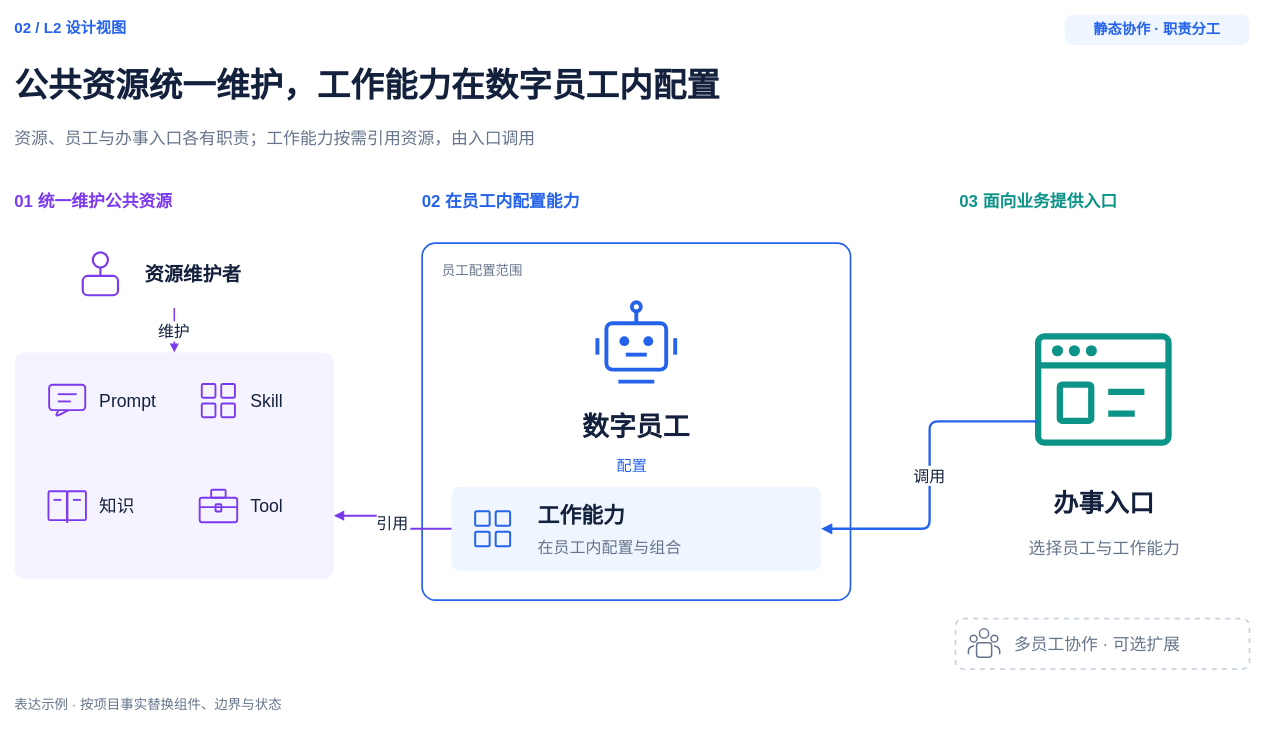
This is plugins/team-standards/skills/architecture-diagram-design/assets/templates/02-system-collaboration.drawio from exception-coder/team-standards, a draw.io file, before an edit. Source tidied: cells renumbered, new cells numbered last; positions are measured from the earlier drawing's top-left corner, leaving out a move shared by most shapes. Both pictures are drawn from the tidied source at 84%, with x=0, y=0 at pixel (14, 14).
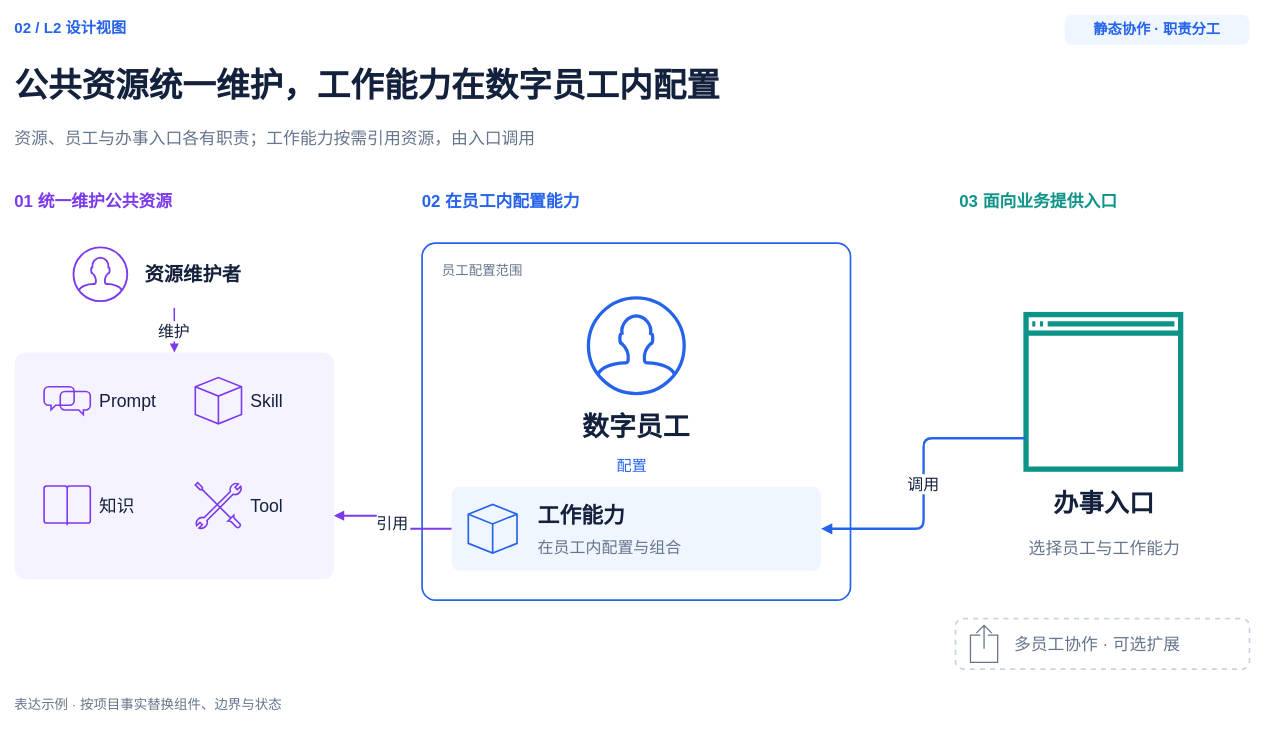
The same diagram, later.

Unchanged cells that the change refers to:
```xml
<mxCell id="11" style="group;selectParentFirst=1;fillColor=none;strokeColor=none;" parent="1" vertex="1">
  <mxGeometry x="70" y="269" width="240" height="80" as="geometry" />
</mxCell>
<mxCell id="17" style="group;selectParentFirst=1;fillColor=none;strokeColor=none;" parent="1" vertex="1">
  <mxGeometry y="402" width="380" height="270" as="geometry" />
</mxCell>
<mxCell id="44" style="group;selectParentFirst=1;fillColor=none;strokeColor=none;" parent="1" vertex="1">
  <mxGeometry x="485" y="272" width="510" height="425" as="geometry" />
</mxCell>
<mxCell id="58" style="group;selectParentFirst=1;fillColor=none;strokeColor=none;" parent="44" vertex="1">
  <mxGeometry x="35" y="290" width="440" height="100" as="geometry" />
</mxCell>
<mxCell id="68" style="group;selectParentFirst=1;fillColor=none;strokeColor=none;" parent="1" vertex="1">
  <mxGeometry x="1125" y="357" width="345" height="305" as="geometry" />
</mxCell>
<mxCell id="83" style="group;selectParentFirst=1;fillColor=none;strokeColor=none;" parent="1" vertex="1">
  <mxGeometry x="1120" y="719" width="350" height="60" as="geometry" />
</mxCell>
```

Diff of the diagram source:
```diff
@@
-    <mxCell id="12" style="group;selectParentFirst=1;fillColor=none;strokeColor=none;" parent="11" vertex="1">
+    <mxCell id="12" style="fontFamily=Microsoft YaHei,Arial;html=0;fontColor=#14213D;shape=mxgraph.ios7.icons.user;fillColor=none;strokeColor=#7C3AED;strokeWidth=2.2;" parent="11" vertex="1">
       <mxGeometry y="8" width="64" height="64" as="geometry" />
     </mxCell>
-    <mxCell id="13" style="fontFamily=Microsoft YaHei,Arial;html=0;fontColor=#14213D;ellipse;fillColor=none;strokeColor=#7C3AED;strokeWidth=2.6;strokeWidth=2.6;" parent="12" vertex="1">
-      <mxGeometry x="23" y="6" width="18" height="18" as="geometry" />
-    </mxCell>
-    <mxCell id="14" style="fontFamily=Microsoft YaHei,Arial;html=0;fontColor=#14213D;rounded=1;absoluteArcSize=1;arcSize=12.0;fillColor=none;strokeColor=#7C3AED;strokeWidth=2;strokeWidth=2.6;" parent="12" vertex="1">
-      <mxGeometry x="11" y="34" width="42" height="23" as="geometry" />
-    </mxCell>
-    <mxCell id="15" style="endArrow=none;startArrow=none;strokeColor=#7C3AED;strokeWidth=2.6;rounded=1;html=0;" parent="12" edge="1">
-      <mxGeometry relative="1" as="geometry">
-        <mxPoint x="32" y="24" as="sourcePoint" />
-        <mxPoint x="32" y="34" as="targetPoint" />
-      </mxGeometry>
-    </mxCell>
@@
-    <mxCell id="19" style="group;selectParentFirst=1;fillColor=none;strokeColor=none;" parent="17" vertex="1">
-      <mxGeometry x="35" y="30" width="55" height="55" as="geometry" />
+    <mxCell id="19" style="fontFamily=Microsoft YaHei,Arial;html=0;fontColor=#14213D;shape=mxgraph.ios7.icons.chat;fillColor=none;strokeColor=#7C3AED;strokeWidth=1.8906250000000002;" parent="17" vertex="1">
+      <mxGeometry x="35" y="41" width="55" height="33" as="geometry" />
     </mxCell>
-    <mxCell id="20" style="fontFamily=Microsoft YaHei,Arial;html=0;fontColor=#14213D;rounded=1;absoluteArcSize=1;arcSize=7.734375;fillColor=none;strokeColor=#7C3AED;strokeWidth=2;strokeWidth=2.234375;" parent="19" vertex="1">
-      <mxGeometry x="6" y="8.6" width="43" height="30.1" as="geometry" />
-    </mxCell>
-    <mxCell id="21" style="endArrow=none;startArrow=none;strokeColor=#7C3AED;strokeWidth=2.234375;rounded=1;html=0;" parent="19" edge="1">
-      <mxGeometry relative="1" as="geometry">
-        <mxPoint x="17.2" y="38.7" as="sourcePoint" />
-        <mxPoint x="29.2" y="38.7" as="targetPoint" />
-        <Array as="points">
-          <mxPoint x="12.9" y="47.3" />
-        </Array>
-      </mxGeometry>
-    </mxCell>
-    <mxCell id="22" style="endArrow=none;startArrow=none;strokeColor=#7C3AED;strokeWidth=2.234375;rounded=1;html=0;" parent="19" edge="1">
-      <mxGeometry relative="1" as="geometry">
-        <mxPoint x="16.3" y="19.8" as="sourcePoint" />
-        <mxPoint x="38.7" y="19.8" as="targetPoint" />
-      </mxGeometry>
-    </mxCell>
-    <mxCell id="23" style="endArrow=none;startArrow=none;strokeColor=#7C3AED;strokeWidth=2.234375;rounded=1;html=0;" parent="19" edge="1">
-      <mxGeometry relative="1" as="geometry">
-        <mxPoint x="16.3" y="28.4" as="sourcePoint" />
-        <mxPoint x="31.8" y="28.4" as="targetPoint" />
-      </mxGeometry>
-    </mxCell>
@@
-    <mxCell id="25" style="group;selectParentFirst=1;fillColor=none;strokeColor=none;" parent="17" vertex="1">
+    <mxCell id="25" style="fontFamily=Microsoft YaHei,Arial;html=0;fontColor=#14213D;shape=mxgraph.ios7.icons.cube;fillColor=none;strokeColor=#7C3AED;strokeWidth=1.8906250000000002;" parent="17" vertex="1">
       <mxGeometry x="215" y="30" width="55" height="55" as="geometry" />
     </mxCell>
-    <mxCell id="26" style="fontFamily=Microsoft YaHei,Arial;html=0;fontColor=#14213D;rounded=1;absoluteArcSize=1;arcSize=3.4375;fillColor=none;strokeColor=#7C3AED;strokeWidth=2;strokeWidth=2.234375;" parent="25" vertex="1">
-      <mxGeometry x="7.7" y="7.7" width="16.3" height="16.3" as="geometry" />
-    </mxCell>
-    <mxCell id="27" style="fontFamily=Microsoft YaHei,Arial;html=0;fontColor=#14213D;rounded=1;absoluteArcSize=1;arcSize=3.4375;fillColor=none;strokeColor=#7C3AED;strokeWidth=2;strokeWidth=2.234375;" parent="25" vertex="1">
-      <mxGeometry x="30.9" y="7.7" width="16.3" height="16.3" as="geometry" />
-    </mxCell>
-    <mxCell id="28" style="fontFamily=Microsoft YaHei,Arial;html=0;fontColor=#14213D;rounded=1;absoluteArcSize=1;arcSize=3.4375;fillColor=none;strokeColor=#7C3AED;strokeWidth=2;strokeWidth=2.234375;" parent="25" vertex="1">
-      <mxGeometry x="7.7" y="30.9" width="16.3" height="16.3" as="geometry" />
-    </mxCell>
-    <mxCell id="29" style="fontFamily=Microsoft YaHei,Arial;html=0;fontColor=#14213D;rounded=1;absoluteArcSize=1;arcSize=3.4375;fillColor=none;strokeColor=#7C3AED;strokeWidth=2;strokeWidth=2.234375;" parent="25" vertex="1">
-      <mxGeometry x="30.9" y="30.9" width="16.3" height="16.3" as="geometry" />
-    </mxCell>
@@
-    <mxCell id="31" style="group;selectParentFirst=1;fillColor=none;strokeColor=none;" parent="17" vertex="1">
-      <mxGeometry x="35" y="155" width="55" height="55" as="geometry" />
+    <mxCell id="31" style="fontFamily=Microsoft YaHei,Arial;html=0;fontColor=#14213D;shape=mxgraph.ios7.icons.book;fillColor=none;strokeColor=#7C3AED;strokeWidth=1.8906250000000002;" parent="17" vertex="1">
+      <mxGeometry x="35" y="159.1" width="55" height="46.8" as="geometry" />
     </mxCell>
-    <mxCell id="32" style="fontFamily=Microsoft YaHei,Arial;html=0;fontColor=#14213D;rounded=1;absoluteArcSize=1;arcSize=3.4375;fillColor=none;strokeColor=#7C3AED;strokeWidth=2;strokeWidth=2.234375;" parent="31" vertex="1">
-      <mxGeometry x="5.2" y="10.3" width="22.3" height="34.4" as="geometry" />
-    </mxCell>
-    <mxCell id="33" style="fontFamily=Microsoft YaHei,Arial;html=0;fontColor=#14213D;rounded=1;absoluteArcSize=1;arcSize=3.4375;fillColor=none;strokeColor=#7C3AED;strokeWidth=2;strokeWidth=2.234375;" parent="31" vertex="1">
-      <mxGeometry x="27.5" y="10.3" width="22.3" height="34.4" as="geometry" />
-    </mxCell>
-    <mxCell id="34" style="endArrow=none;startArrow=none;strokeColor=#7C3AED;strokeWidth=2.234375;rounded=1;html=0;" parent="31" edge="1">
-      <mxGeometry relative="1" as="geometry">
-        <mxPoint x="27.5" y="10.3" as="sourcePoint" />
-        <mxPoint x="27.5" y="48.1" as="targetPoint" />
-      </mxGeometry>
-    </mxCell>
-    <mxCell id="35" style="endArrow=none;startArrow=none;strokeColor=#7C3AED;strokeWidth=2.234375;rounded=1;html=0;" parent="31" edge="1">
-      <mxGeometry relative="1" as="geometry">
-        <mxPoint x="11.2" y="20.6" as="sourcePoint" />
-        <mxPoint x="20.6" y="20.6" as="targetPoint" />
-      </mxGeometry>
-    </mxCell>
-    <mxCell id="36" style="endArrow=none;startArrow=none;strokeColor=#7C3AED;strokeWidth=2.234375;rounded=1;html=0;" parent="31" edge="1">
-      <mxGeometry relative="1" as="geometry">
-        <mxPoint x="34.4" y="20.6" as="sourcePoint" />
-        <mxPoint x="43.8" y="20.6" as="targetPoint" />
-      </mxGeometry>
-    </mxCell>
@@
-    <mxCell id="38" style="group;selectParentFirst=1;fillColor=none;strokeColor=none;" parent="17" vertex="1">
+    <mxCell id="38" style="fontFamily=Microsoft YaHei,Arial;html=0;fontColor=#14213D;shape=mxgraph.ios7.icons.tools;fillColor=none;strokeColor=#7C3AED;strokeWidth=1.8906250000000002;" parent="17" vertex="1">
       <mxGeometry x="215" y="155" width="55" height="55" as="geometry" />
     </mxCell>
-    <mxCell id="39" style="fontFamily=Microsoft YaHei,Arial;html=0;fontColor=#14213D;rounded=1;absoluteArcSize=1;arcSize=5.15625;fillColor=none;strokeColor=#7C3AED;strokeWidth=2;strokeWidth=2.234375;" parent="38" vertex="1">
-      <mxGeometry x="5.2" y="18" width="44.7" height="29.2" as="geometry" />
-    </mxCell>
-    <mxCell id="40" style="fontFamily=Microsoft YaHei,Arial;html=0;fontColor=#14213D;rounded=1;absoluteArcSize=1;arcSize=2.578125;fillColor=none;strokeColor=#7C3AED;strokeWidth=2;strokeWidth=2.234375;" parent="38" vertex="1">
-      <mxGeometry x="18.9" y="8.6" width="17.2" height="9.5" as="geometry" />
-    </mxCell>
-    <mxCell id="41" style="endArrow=none;startArrow=none;strokeColor=#7C3AED;strokeWidth=2.234375;rounded=1;html=0;" parent="38" edge="1">
-      <mxGeometry relative="1" as="geometry">
-        <mxPoint x="5.2" y="29.2" as="sourcePoint" />
-        <mxPoint x="49.8" y="29.2" as="targetPoint" />
-      </mxGeometry>
-    </mxCell>
-    <mxCell id="42" style="fontFamily=Microsoft YaHei,Arial;html=0;fontColor=#14213D;rounded=1;absoluteArcSize=1;arcSize=1.71875;fillColor=none;strokeColor=#7C3AED;strokeWidth=2;strokeWidth=2.234375;" parent="38" vertex="1">
-      <mxGeometry x="24.1" y="25.8" width="6.9" height="8.6" as="geometry" />
-    </mxCell>
@@
-    <mxCell id="47" style="group;selectParentFirst=1;fillColor=none;strokeColor=none;" parent="44" vertex="1">
+    <mxCell id="47" style="fontFamily=Microsoft YaHei,Arial;html=0;fontColor=#14213D;shape=mxgraph.ios7.icons.user;fillColor=none;strokeColor=#2563EB;strokeWidth=3.91875;" parent="44" vertex="1">
       <mxGeometry x="198" y="65" width="114" height="114" as="geometry" />
     </mxCell>
-    <mxCell id="48" style="fontFamily=Microsoft YaHei,Arial;html=0;fontColor=#14213D;rounded=1;absoluteArcSize=1;arcSize=14.25;fillColor=none;strokeColor=#2563EB;strokeWidth=2;strokeWidth=4.6312500000000005;" parent="47" vertex="1">
-      <mxGeometry x="21.4" y="30.3" width="71.2" height="55.2" as="geometry" />
-    </mxCell>
-    <mxCell id="49" style="fontFamily=Microsoft YaHei,Arial;html=0;fontColor=#14213D;ellipse;fillColor=#2563EB;strokeColor=#2563EB;strokeWidth=2.6;strokeWidth=4.6312500000000005;" parent="47" vertex="1">
-      <mxGeometry x="39.2" y="48.1" width="7.1" height="7.1" as="geometry" />
-    </mxCell>
-    <mxCell id="50" style="fontFamily=Microsoft YaHei,Arial;html=0;fontColor=#14213D;ellipse;fillColor=#2563EB;strokeColor=#2563EB;strokeWidth=2.6;strokeWidth=4.6312500000000005;" parent="47" vertex="1">
-      <mxGeometry x="67.7" y="48.1" width="7.1" height="7.1" as="geometry" />
-    </mxCell>
-    <mxCell id="51" style="endArrow=none;startArrow=none;strokeColor=#2563EB;strokeWidth=4.6312500000000005;rounded=1;html=0;" parent="47" edge="1">
-      <mxGeometry relative="1" as="geometry">
-        <mxPoint x="44.5" y="67.7" as="sourcePoint" />
-        <mxPoint x="69.5" y="67.7" as="targetPoint" />
-      </mxGeometry>
-    </mxCell>
-    <mxCell id="52" style="endArrow=none;startArrow=none;strokeColor=#2563EB;strokeWidth=4.6312500000000005;rounded=1;html=0;" parent="47" edge="1">
-      <mxGeometry relative="1" as="geometry">
-        <mxPoint x="57" y="30.3" as="sourcePoint" />
-        <mxPoint x="57" y="16" as="targetPoint" />
-      </mxGeometry>
-    </mxCell>
-    <mxCell id="53" style="fontFamily=Microsoft YaHei,Arial;html=0;fontColor=#14213D;ellipse;fillColor=none;strokeColor=#2563EB;strokeWidth=2.6;strokeWidth=4.6312500000000005;" parent="47" vertex="1">
-      <mxGeometry x="51.7" y="5.3" width="10.7" height="10.7" as="geometry" />
-    </mxCell>
-    <mxCell id="54" style="endArrow=none;startArrow=none;strokeColor=#2563EB;strokeWidth=4.6312500000000005;rounded=1;html=0;" parent="47" edge="1">
-      <mxGeometry relative="1" as="geometry">
-        <mxPoint x="10.7" y="48.1" as="sourcePoint" />
-        <mxPoint x="10.7" y="67.7" as="targetPoint" />
-      </mxGeometry>
-    </mxCell>
-    <mxCell id="55" style="endArrow=none;startArrow=none;strokeColor=#2563EB;strokeWidth=4.6312500000000005;rounded=1;html=0;" parent="47" edge="1">
-      <mxGeometry relative="1" as="geometry">
-        <mxPoint x="103.3" y="48.1" as="sourcePoint" />
-        <mxPoint x="103.3" y="67.7" as="targetPoint" />
-      </mxGeometry>
-    </mxCell>
-    <mxCell id="56" style="endArrow=none;startArrow=none;strokeColor=#2563EB;strokeWidth=4.6312500000000005;rounded=1;html=0;" parent="47" edge="1">
-      <mxGeometry relative="1" as="geometry">
-        <mxPoint x="35.6" y="99.8" as="sourcePoint" />
-        <mxPoint x="78.4" y="99.8" as="targetPoint" />
-      </mxGeometry>
-    </mxCell>
@@
-    <mxCell id="60" style="group;selectParentFirst=1;fillColor=none;strokeColor=none;" parent="58" vertex="1">
+    <mxCell id="60" style="fontFamily=Microsoft YaHei,Arial;html=0;fontColor=#14213D;shape=mxgraph.ios7.icons.cube;fillColor=none;strokeColor=#2563EB;strokeWidth=1.9937500000000001;" parent="58" vertex="1">
       <mxGeometry x="20" y="21" width="58" height="58" as="geometry" />
     </mxCell>
-    <mxCell id="61" style="fontFamily=Microsoft YaHei,Arial;html=0;fontColor=#14213D;rounded=1;absoluteArcSize=1;arcSize=3.625;fillColor=none;strokeColor=#2563EB;strokeWidth=2;strokeWidth=2.35625;" parent="60" vertex="1">
-      <mxGeometry x="8.2" y="8.2" width="17.2" height="17.2" as="geometry" />
-    </mxCell>
-    <mxCell id="62" style="fontFamily=Microsoft YaHei,Arial;html=0;fontColor=#14213D;rounded=1;absoluteArcSize=1;arcSize=3.625;fillColor=none;strokeColor=#2563EB;strokeWidth=2;strokeWidth=2.35625;" parent="60" vertex="1">
-      <mxGeometry x="32.6" y="8.2" width="17.2" height="17.2" as="geometry" />
-    </mxCell>
-    <mxCell id="63" style="fontFamily=Microsoft YaHei,Arial;html=0;fontColor=#14213D;rounded=1;absoluteArcSize=1;arcSize=3.625;fillColor=none;strokeColor=#2563EB;strokeWidth=2;strokeWidth=2.35625;" parent="60" vertex="1">
-      <mxGeometry x="8.2" y="32.6" width="17.2" height="17.2" as="geometry" />
-    </mxCell>
-    <mxCell id="64" style="fontFamily=Microsoft YaHei,Arial;html=0;fontColor=#14213D;rounded=1;absoluteArcSize=1;arcSize=3.625;fillColor=none;strokeColor=#2563EB;strokeWidth=2;strokeWidth=2.35625;" parent="60" vertex="1">
-      <mxGeometry x="32.6" y="32.6" width="17.2" height="17.2" as="geometry" />
-    </mxCell>
@@
-    <mxCell id="69" style="group;selectParentFirst=1;fillColor=none;strokeColor=none;" parent="68" vertex="1">
+    <mxCell id="69" style="fontFamily=Microsoft YaHei,Arial;html=0;fontColor=#14213D;shape=mxgraph.ios7.icons.window;fillColor=none;strokeColor=#0D9488;strokeWidth=6.325;" parent="68" vertex="1">
       <mxGeometry x="79" width="184" height="184" as="geometry" />
     </mxCell>
-    <mxCell id="70" style="fontFamily=Microsoft YaHei,Arial;html=0;fontColor=#14213D;rounded=1;absoluteArcSize=1;arcSize=14.375;fillColor=none;strokeColor=#0D9488;strokeWidth=2;strokeWidth=7.4750000000000005;" parent="69" vertex="1">
-      <mxGeometry x="14.4" y="25.9" width="155.2" height="126.5" as="geometry" />
-    </mxCell>
-    <mxCell id="71" style="endArrow=none;startArrow=none;strokeColor=#0D9488;strokeWidth=7.4750000000000005;rounded=1;html=0;" parent="69" edge="1">
-      <mxGeometry relative="1" as="geometry">
-        <mxPoint x="14.4" y="60.4" as="sourcePoint" />
-        <mxPoint x="169.6" y="60.4" as="targetPoint" />
-      </mxGeometry>
-    </mxCell>
-    <mxCell id="72" style="fontFamily=Microsoft YaHei,Arial;html=0;fontColor=#14213D;ellipse;fillColor=#0D9488;strokeColor=#0D9488;strokeWidth=2.6;strokeWidth=7.4750000000000005;" parent="69" vertex="1">
-      <mxGeometry x="34.5" y="40.2" width="5.8" height="5.8" as="geometry" />
-    </mxCell>
-    <mxCell id="73" style="fontFamily=Microsoft YaHei,Arial;html=0;fontColor=#14213D;ellipse;fillColor=#0D9488;strokeColor=#0D9488;strokeWidth=2.6;strokeWidth=7.4750000000000005;" parent="69" vertex="1">
-      <mxGeometry x="54.6" y="40.2" width="5.8" height="5.8" as="geometry" />
-    </mxCell>
-    <mxCell id="74" style="fontFamily=Microsoft YaHei,Arial;html=0;fontColor=#14213D;ellipse;fillColor=#0D9488;strokeColor=#0D9488;strokeWidth=2.6;strokeWidth=7.4750000000000005;" parent="69" vertex="1">
-      <mxGeometry x="74.8" y="40.2" width="5.8" height="5.8" as="geometry" />
-    </mxCell>
-    <mxCell id="75" style="fontFamily=Microsoft YaHei,Arial;html=0;fontColor=#14213D;rounded=1;absoluteArcSize=1;arcSize=5.75;fillColor=none;strokeColor=#0D9488;strokeWidth=2;strokeWidth=7.4750000000000005;" parent="69" vertex="1">
-      <mxGeometry x="40.2" y="83.4" width="37.4" height="43.1" as="geometry" />
-    </mxCell>
-    <mxCell id="76" style="endArrow=none;startArrow=none;strokeColor=#0D9488;strokeWidth=7.4750000000000005;rounded=1;html=0;" parent="69" edge="1">
-      <mxGeometry relative="1" as="geometry">
-        <mxPoint x="97.8" y="92" as="sourcePoint" />
-        <mxPoint x="140.9" y="92" as="targetPoint" />
-      </mxGeometry>
-    </mxCell>
-    <mxCell id="77" style="endArrow=none;startArrow=none;strokeColor=#0D9488;strokeWidth=7.4750000000000005;rounded=1;html=0;" parent="69" edge="1">
-      <mxGeometry relative="1" as="geometry">
-        <mxPoint x="97.8" y="117.9" as="sourcePoint" />
-        <mxPoint x="129.4" y="117.9" as="targetPoint" />
-      </mxGeometry>
-    </mxCell>
@@
-    <mxCell id="82" value="调用" style="fontFamily=Microsoft YaHei,Arial;html=0;fontColor=#14213D;edgeStyle=orthogonalEdgeStyle;rounded=1;endArrow=block;endFill=1;strokeColor=#2563EB;strokeWidth=2.8;fontSize=19;labelBackgroundColor=#FFFFFF;exitX=0;exitY=0.8;entryX=1;entryY=0.5;" parent="1" edge="1" source="70" target="58">
+    <mxCell id="82" value="调用" style="fontFamily=Microsoft YaHei,Arial;html=0;fontColor=#14213D;edgeStyle=orthogonalEdgeStyle;rounded=1;endArrow=block;endFill=1;strokeColor=#2563EB;strokeWidth=2.8;fontSize=19;labelBackgroundColor=#FFFFFF;exitX=0;exitY=0.8;entryX=1;entryY=0.5;" parent="1" edge="1" source="69" target="58">
       <mxGeometry relative="1" as="geometry" />
     </mxCell>
@@
-    <mxCell id="85" style="group;selectParentFirst=1;fillColor=none;strokeColor=none;" parent="83" vertex="1">
-      <mxGeometry x="12" y="8" width="44" height="44" as="geometry" />
+    <mxCell id="85" style="fontFamily=Microsoft YaHei,Arial;html=0;fontColor=#14213D;shape=mxgraph.ios7.icons.share;fillColor=none;strokeColor=#66758B;strokeWidth=1.5125000000000002;" parent="83" vertex="1">
+      <mxGeometry x="17.8" y="8" width="32.4" height="44" as="geometry" />
     </mxCell>
-    <mxCell id="86" style="fontFamily=Microsoft YaHei,Arial;html=0;fontColor=#14213D;ellipse;fillColor=none;strokeColor=#66758B;strokeWidth=2.6;strokeWidth=1.7875;" parent="85" vertex="1">
-      <mxGeometry x="16.5" y="4.1" width="11" height="11" as="geometry" />
-    </mxCell>
-    <mxCell id="87" style="fontFamily=Microsoft YaHei,Arial;html=0;fontColor=#14213D;ellipse;fillColor=none;strokeColor=#66758B;strokeWidth=2.6;strokeWidth=1.7875;" parent="85" vertex="1">
-      <mxGeometry x="5.5" y="11.7" width="8.2" height="8.2" as="geometry" />
-    </mxCell>
-    <mxCell id="88" style="fontFamily=Microsoft YaHei,Arial;html=0;fontColor=#14213D;ellipse;fillColor=none;strokeColor=#66758B;strokeWidth=2.6;strokeWidth=1.7875;" parent="85" vertex="1">
-      <mxGeometry x="30.2" y="11.7" width="8.2" height="8.2" as="geometry" />
-    </mxCell>
-    <mxCell id="89" style="fontFamily=Microsoft YaHei,Arial;html=0;fontColor=#14213D;rounded=1;absoluteArcSize=1;arcSize=6.1875;fillColor=none;strokeColor=#66758B;strokeWidth=2;strokeWidth=1.7875;" parent="85" vertex="1">
-      <mxGeometry x="13.1" y="20.6" width="17.9" height="17.2" as="geometry" />
-    </mxCell>
-    <mxCell id="90" style="endArrow=none;startArrow=none;strokeColor=#66758B;strokeWidth=1.7875;rounded=1;html=0;" parent="85" edge="1">
-      <mxGeometry relative="1" as="geometry">
-        <mxPoint x="3.4" y="34.4" as="sourcePoint" />
-        <mxPoint x="10.3" y="24.1" as="targetPoint" />
-        <Array as="points">
-          <mxPoint x="3.4" y="26.8" />
-        </Array>
-      </mxGeometry>
-    </mxCell>
-    <mxCell id="91" style="endArrow=none;startArrow=none;strokeColor=#66758B;strokeWidth=1.7875;rounded=1;html=0;" parent="85" edge="1">
-      <mxGeometry relative="1" as="geometry">
-        <mxPoint x="40.6" y="34.4" as="sourcePoint" />
-        <mxPoint x="33.7" y="24.1" as="targetPoint" />
-        <Array as="points">
-          <mxPoint x="40.6" y="26.8" />
-        </Array>
-      </mxGeometry>
-    </mxCell>
```
